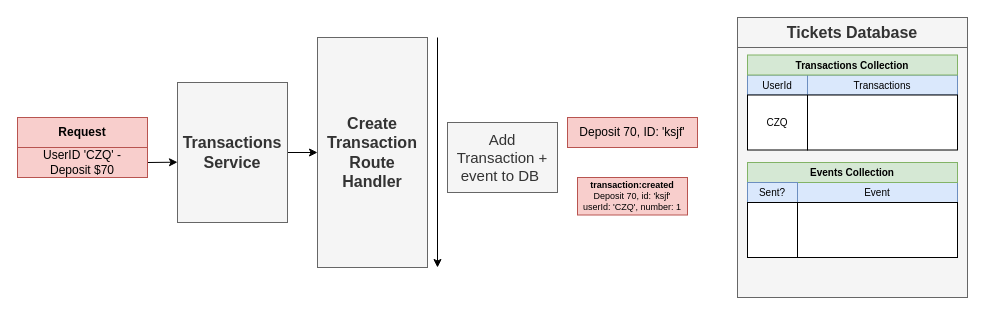
Earlier version of the draw.io diagram page "06 - tx" (10 of 20) of diagrams/05/14.drawio (HappySuzuki/microservices-cast). Source tidied: cells renumbered, new cells numbered last; positions are measured from the earlier drawing's top-left corner, leaving out a move shared by most shapes. Both pictures are drawn from the tidied source at 100%, with x=0, y=0 at pixel (17, 17).
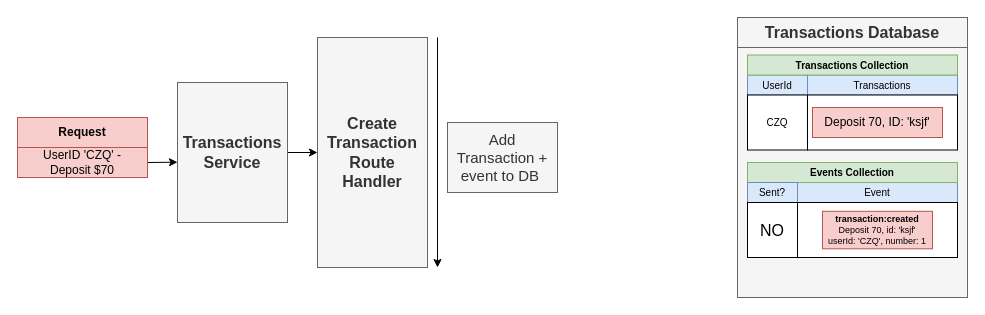
Above is the later version.

What changed in the source:
```diff
@@
-    <mxCell id="2" value="Tickets Database" style="rounded=0;whiteSpace=wrap;html=1;fillColor=#f5f5f5;strokeColor=#666666;fontColor=#333333;fontStyle=1;fontSize=16;" parent="1" vertex="1">
+    <mxCell id="2" value="Transactions Database" style="rounded=0;whiteSpace=wrap;html=1;fillColor=#f5f5f5;strokeColor=#666666;fontColor=#333333;fontStyle=1;fontSize=16;" parent="1" vertex="1">
       <mxGeometry x="720" width="230" height="30" as="geometry" />
     </mxCell>
@@
     <mxCell id="11" value="Deposit 70, ID: 'ksjf'" style="rounded=0;whiteSpace=wrap;html=1;fontSize=12;align=center;fillColor=#f8cecc;strokeColor=#b85450;" parent="1" vertex="1">
-      <mxGeometry x="550" y="100" width="130" height="30" as="geometry" />
+      <mxGeometry x="795" y="90" width="130" height="30" as="geometry" />
     </mxCell>
@@
     <mxCell id="21" value="&lt;b style=&quot;font-size: 9px;&quot;&gt;transaction:created&lt;/b&gt;&lt;br style=&quot;font-size: 9px;&quot;&gt;Deposit 70, id: 'ksjf'&lt;br style=&quot;font-size: 9px;&quot;&gt;userId: 'CZQ', number: 1" style="rounded=0;whiteSpace=wrap;html=1;fontSize=9;align=center;fillColor=#f8cecc;strokeColor=#b85450;" parent="1" vertex="1">
-      <mxGeometry x="560" y="160" width="110" height="37.5" as="geometry" />
+      <mxGeometry x="805" y="193.8" width="110" height="37.5" as="geometry" />
     </mxCell>
@@
-    <mxCell id="23" style="rounded=0;whiteSpace=wrap;html=1;fontSize=16;align=center;" parent="1" vertex="1">
+    <mxCell id="23" value="NO" style="rounded=0;whiteSpace=wrap;html=1;fontSize=16;align=center;" parent="1" vertex="1">
       <mxGeometry x="730" y="185" width="50" height="55" as="geometry" />
     </mxCell>
```
